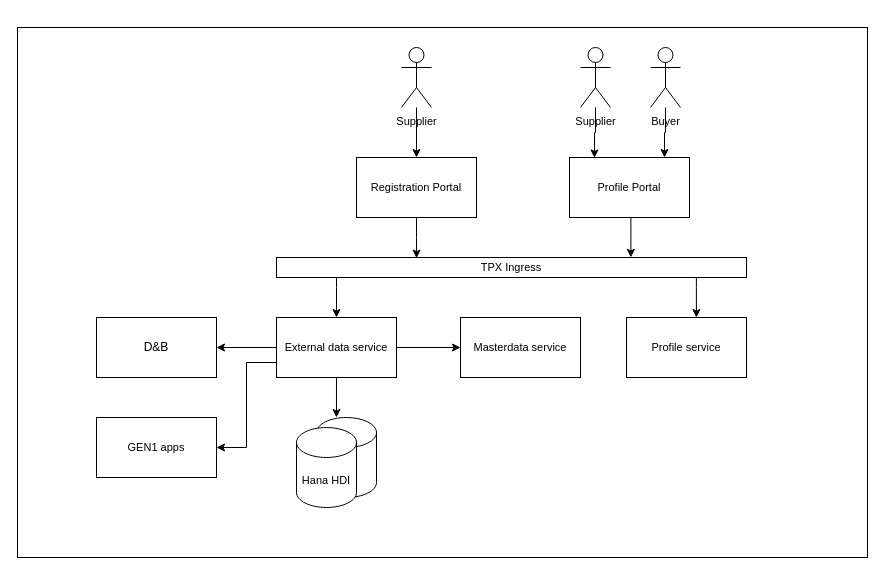
Before: page "Page-3" (3 of 3) of tps-externaldata-service.drawio in huangshijie/Drawio, a draw.io diagram. Source tidied: cells renumbered, new cells numbered last; positions are measured from the earlier drawing's top-left corner, leaving out a move shared by most shapes. Both pictures are drawn from the tidied source at 100%, with x=0, y=0 at pixel (17, 27).
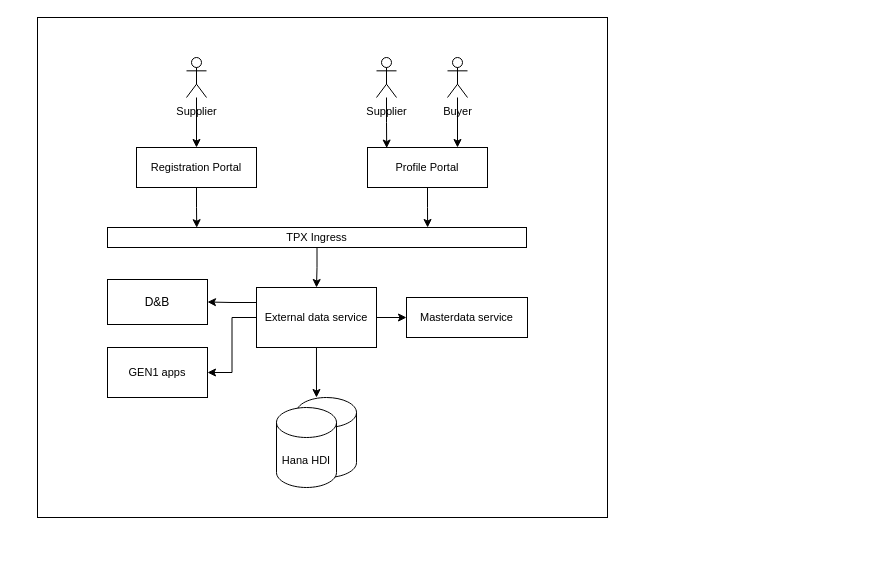
Above is the later version.

What changed in the source:
```diff
@@
-    <mxCell id="2" style="rounded=0;whiteSpace=wrap;html=1;" parent="1" vertex="1">
-      <mxGeometry width="850" height="530" as="geometry" />
-    </mxCell>
+    <mxCell id="28" style="rounded=0;whiteSpace=wrap;html=1;" parent="1" vertex="1">
+      <mxGeometry x="20" y="-10" width="570" height="500" as="geometry" />
+    </mxCell>
     <mxCell id="3" value="&lt;font style=&quot;font-size: 11px;&quot;&gt;Registration Portal&lt;/font&gt;" style="rounded=0;whiteSpace=wrap;html=1;" parent="1" vertex="1">
-      <mxGeometry x="339" y="130" width="120" height="60" as="geometry" />
+      <mxGeometry x="119" y="120" width="120" height="40" as="geometry" />
     </mxCell>
+    <mxCell id="25" style="edgeStyle=orthogonalEdgeStyle;rounded=0;jettySize=auto;html=1;entryX=0.764;entryY=0;entryDx=0;entryDy=0;entryPerimeter=0;" parent="1" edge="1" source="4" target="19">
+      <mxGeometry relative="1" as="geometry" />
+    </mxCell>
     <mxCell id="4" value="&lt;font style=&quot;font-size: 11px;&quot;&gt;Profile Portal&lt;/font&gt;" style="rounded=0;whiteSpace=wrap;html=1;" parent="1" vertex="1">
-      <mxGeometry x="552" y="130" width="120" height="60" as="geometry" />
+      <mxGeometry x="350" y="120" width="120" height="40" as="geometry" />
     </mxCell>
@@
     <mxCell id="6" value="&lt;font style=&quot;font-size: 11px;&quot;&gt;Supplier&lt;/font&gt;" style="shape=umlActor;verticalLabelPosition=bottom;verticalAlign=top;html=1;" parent="1" vertex="1">
-      <mxGeometry x="384" y="20" width="30" height="60" as="geometry" />
+      <mxGeometry x="169" y="30" width="20" height="40" as="geometry" />
     </mxCell>
-    <mxCell id="7" style="edgeStyle=orthogonalEdgeStyle;rounded=0;jettySize=auto;html=1;entryX=0.792;entryY=0;entryDx=0;entryDy=0;entryPerimeter=0;" parent="1" edge="1" source="8" target="4">
+    <mxCell id="7" style="edgeStyle=orthogonalEdgeStyle;rounded=0;jettySize=auto;html=1;entryX=0.75;entryY=0;entryDx=0;entryDy=0;" parent="1" edge="1" source="8" target="4">
       <mxGeometry relative="1" as="geometry" />
     </mxCell>
     <mxCell id="8" value="&lt;font style=&quot;font-size: 11px;&quot;&gt;Buyer&lt;/font&gt;" style="shape=umlActor;verticalLabelPosition=bottom;verticalAlign=top;html=1;" parent="1" vertex="1">
-      <mxGeometry x="633" y="20" width="30" height="60" as="geometry" />
+      <mxGeometry x="430" y="30" width="20" height="40" as="geometry" />
     </mxCell>
-    <mxCell id="9" style="edgeStyle=orthogonalEdgeStyle;rounded=0;jettySize=auto;html=1;entryX=0.208;entryY=0.007;entryDx=0;entryDy=0;entryPerimeter=0;" parent="1" edge="1" source="10" target="4">
+    <mxCell id="9" style="edgeStyle=orthogonalEdgeStyle;rounded=0;jettySize=auto;html=1;entryX=0.16;entryY=0.014;entryDx=0;entryDy=0;entryPerimeter=0;" parent="1" edge="1" source="10" target="4">
       <mxGeometry relative="1" as="geometry" />
     </mxCell>
     <mxCell id="10" value="&lt;font style=&quot;font-size: 11px;&quot;&gt;Supplier&lt;/font&gt;" style="shape=umlActor;verticalLabelPosition=bottom;verticalAlign=top;html=1;" parent="1" vertex="1">
-      <mxGeometry x="563" y="20" width="30" height="60" as="geometry" />
+      <mxGeometry x="359" y="30" width="20" height="40" as="geometry" />
     </mxCell>
-    <mxCell id="11" style="edgeStyle=orthogonalEdgeStyle;rounded=0;jettySize=auto;html=1;entryX=1;entryY=0.5;entryDx=0;entryDy=0;exitX=0;exitY=0.75;exitDx=0;exitDy=0;" parent="1" edge="1" source="14" target="17">
-      <mxGeometry relative="1" as="geometry" />
-    </mxCell>
-    <mxCell id="12" style="edgeStyle=orthogonalEdgeStyle;rounded=0;jettySize=auto;html=1;" parent="1" edge="1" source="14" target="20">
+    <mxCell id="12" style="edgeStyle=orthogonalEdgeStyle;rounded=0;jettySize=auto;html=1;exitX=0;exitY=0.25;exitDx=0;exitDy=0;" parent="1" edge="1" source="14" target="20">
       <mxGeometry relative="1" as="geometry" />
     </mxCell>
@@
+    <mxCell id="11" style="edgeStyle=orthogonalEdgeStyle;rounded=0;jettySize=auto;html=1;entryX=1;entryY=0.5;entryDx=0;entryDy=0;" parent="1" edge="1" source="14" target="17">
+      <mxGeometry relative="1" as="geometry" />
+    </mxCell>
     <mxCell id="14" value="&lt;font style=&quot;font-size: 11px;&quot;&gt;External data service&lt;/font&gt;" style="rounded=0;whiteSpace=wrap;html=1;" parent="1" vertex="1">
-      <mxGeometry x="259" y="290" width="120" height="60" as="geometry" />
+      <mxGeometry x="239" y="260" width="120" height="60" as="geometry" />
     </mxCell>
     <mxCell id="15" value="&lt;font style=&quot;font-size: 11px;&quot;&gt;Masterdata service&lt;/font&gt;" style="rounded=0;whiteSpace=wrap;html=1;" parent="1" vertex="1">
-      <mxGeometry x="443" y="290" width="120" height="60" as="geometry" />
+      <mxGeometry x="389" y="270" width="121" height="40" as="geometry" />
     </mxCell>
-    <mxCell id="16" value="&lt;font style=&quot;font-size: 11px;&quot;&gt;Profile service&lt;/font&gt;" style="rounded=0;whiteSpace=wrap;html=1;" parent="1" vertex="1">
-      <mxGeometry x="609" y="290" width="120" height="60" as="geometry" />
-    </mxCell>
     <mxCell id="17" value="&lt;font style=&quot;font-size: 11px;&quot;&gt;GEN1 apps&lt;/font&gt;" style="rounded=0;whiteSpace=wrap;html=1;" parent="1" vertex="1">
-      <mxGeometry x="79" y="390" width="120" height="60" as="geometry" />
+      <mxGeometry x="90" y="320" width="100" height="50" as="geometry" />
     </mxCell>
-    <mxCell id="18" style="edgeStyle=orthogonalEdgeStyle;rounded=0;jettySize=auto;html=1;entryX=0.5;entryY=0;entryDx=0;entryDy=0;" parent="1" edge="1" source="19" target="14">
-      <mxGeometry relative="1" as="geometry">
-        <Array as="points">
-          <mxPoint x="319" y="260" />
-          <mxPoint x="319" y="260" />
-        </Array>
-      </mxGeometry>
+    <mxCell id="18" style="edgeStyle=orthogonalEdgeStyle;rounded=0;jettySize=auto;html=1;" parent="1" edge="1" source="19" target="14">
+      <mxGeometry relative="1" as="geometry" />
     </mxCell>
     <mxCell id="19" value="&lt;font style=&quot;font-size: 11px;&quot;&gt;TPX Ingress&lt;/font&gt;" style="rounded=0;whiteSpace=wrap;html=1;" parent="1" vertex="1">
-      <mxGeometry x="259" y="230" width="470" height="20" as="geometry" />
+      <mxGeometry x="90" y="200" width="419" height="20" as="geometry" />
     </mxCell>
     <mxCell id="20" value="D&amp;amp;B" style="rounded=0;whiteSpace=wrap;html=1;" parent="1" vertex="1">
-      <mxGeometry x="79" y="290" width="120" height="60" as="geometry" />
+      <mxGeometry x="90" y="252" width="100" height="45" as="geometry" />
     </mxCell>
     <mxCell id="21" style="group;" parent="1" vertex="1">
-      <mxGeometry x="279" y="390" width="80" height="90" as="geometry" />
+      <mxGeometry x="259" y="370" width="80" height="90" as="geometry" />
     </mxCell>
@@
-    <mxCell id="25" style="edgeStyle=orthogonalEdgeStyle;rounded=0;jettySize=auto;html=1;exitX=0.5;exitY=1;exitDx=0;exitDy=0;entryX=0.754;entryY=-0.004;entryDx=0;entryDy=0;entryPerimeter=0;" parent="1" edge="1" source="4" target="19">
-      <mxGeometry relative="1" as="geometry" />
-    </mxCell>
-    <mxCell id="26" style="edgeStyle=orthogonalEdgeStyle;rounded=0;orthogonalLoop=1;jettySize=auto;html=1;entryX=0.5;entryY=0;entryDx=0;entryDy=0;" parent="1" edge="1">
-      <mxGeometry relative="1" as="geometry">
-        <mxPoint x="678.9" y="250" as="sourcePoint" />
-        <mxPoint x="678.9" y="290" as="targetPoint" />
-        <Array as="points">
-          <mxPoint x="678.9" y="260" />
-          <mxPoint x="678.9" y="260" />
-        </Array>
-      </mxGeometry>
-    </mxCell>
-    <mxCell id="27" style="edgeStyle=orthogonalEdgeStyle;rounded=0;jettySize=auto;html=1;entryX=0.298;entryY=0.032;entryDx=0;entryDy=0;entryPerimeter=0;" parent="1" edge="1" source="3" target="19">
+    <mxCell id="27" style="edgeStyle=orthogonalEdgeStyle;rounded=0;jettySize=auto;html=1;entryX=0.213;entryY=0.01;entryDx=0;entryDy=0;entryPerimeter=0;" parent="1" edge="1" source="3" target="19">
       <mxGeometry relative="1" as="geometry" />
     </mxCell>
```
